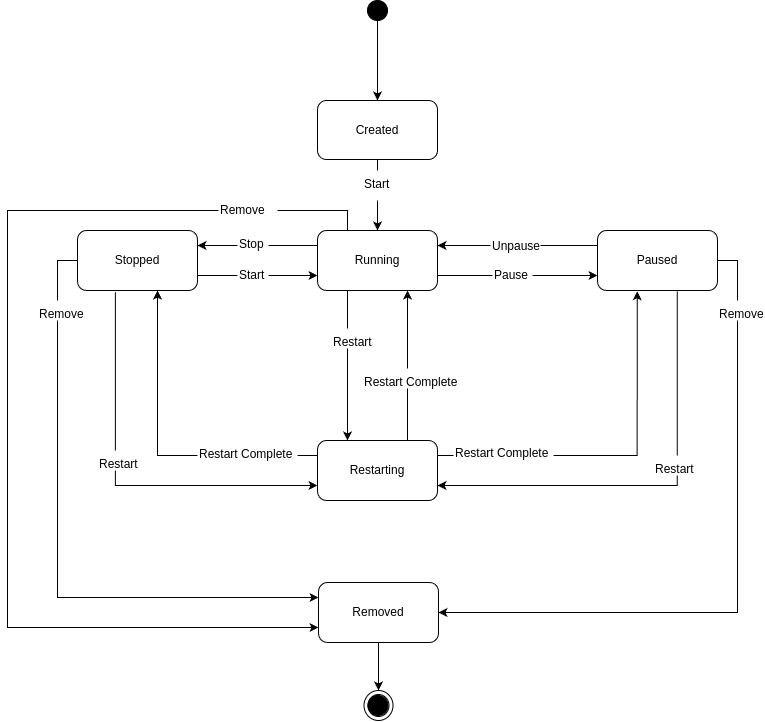
The draw.io diagram public/docker-state-diagram.png in Mirza404/docker-assignment, before a commit. Source tidied: cells renumbered, new cells last; positions are measured from the earlier drawing's top-left corner, leaving out a move shared by most shapes.
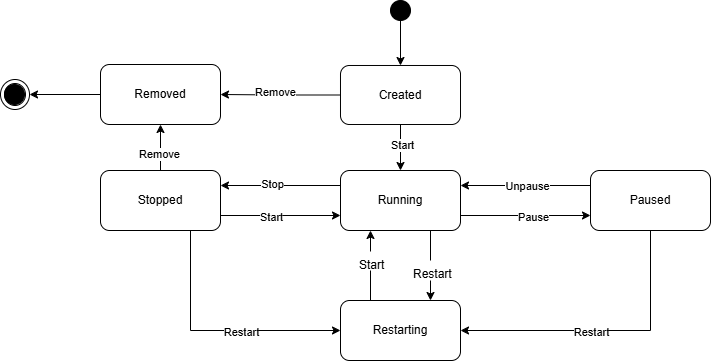
The same file after the commit.

Commit message:
State diagram updated

Diff of the diagram source:
```diff
@@ -2,141 +2,119 @@
   <root>
     <mxCell id="0" />
     <mxCell id="1" parent="0" />
-    <mxCell id="2" style="edgeStyle=orthogonalEdgeStyle;rounded=0;jettySize=auto;html=1;entryX=0.5;entryY=0;entryDx=0;entryDy=0;" parent="1" edge="1" source="3" target="5">
-      <mxGeometry relative="1" as="geometry" />
-    </mxCell>
-    <mxCell id="3" style="ellipse;whiteSpace=wrap;html=1;fillColor=#000000;" parent="1" vertex="1">
-      <mxGeometry x="360" width="20" height="20" as="geometry" />
-    </mxCell>
+    <mxCell id="41" style="edgeStyle=orthogonalEdgeStyle;rounded=0;jettySize=auto;html=1;entryX=0.5;entryY=0;entryDx=0;entryDy=0;" parent="1" edge="1" source="42" target="5">
+      <mxGeometry relative="1" as="geometry" />
+    </mxCell>
+    <mxCell id="42" style="ellipse;whiteSpace=wrap;html=1;fillColor=#000000;" parent="1" vertex="1">
+      <mxGeometry x="360" y="170" width="20" height="20" as="geometry" />
+    </mxCell>
-    <mxCell id="4" style="edgeStyle=orthogonalEdgeStyle;rounded=0;jettySize=auto;html=1;exitX=0.5;exitY=1;exitDx=0;exitDy=0;" parent="1" edge="1" source="5" target="9">
+    <mxCell id="4" style="edgeStyle=orthogonalEdgeStyle;rounded=0;jettySize=auto;html=1;exitX=0.5;exitY=1;exitDx=0;exitDy=0;entryX=0.5;entryY=0;entryDx=0;entryDy=0;" parent="1" edge="1" source="5" target="9">
       <mxGeometry relative="1" as="geometry" />
     </mxCell>
+    <mxCell id="43" value="Start" style="edgeLabel;html=1;align=center;verticalAlign=middle;" parent="4" vertex="1">
+      <mxGeometry x="-0.13" y="1" relative="1" as="geometry" />
+    </mxCell>
+    <mxCell id="44" style="edgeStyle=orthogonalEdgeStyle;rounded=0;jettySize=auto;html=1;entryX=1;entryY=0.5;entryDx=0;entryDy=0;" parent="1" edge="1" source="5" target="32">
+      <mxGeometry relative="1" as="geometry" />
+    </mxCell>
+    <mxCell id="45" value="Remove" style="edgeLabel;html=1;align=center;verticalAlign=middle;" parent="44" vertex="1">
+      <mxGeometry x="0.09" y="-3" relative="1" as="geometry" />
+    </mxCell>
     <mxCell id="5" value="Created" style="rounded=1;whiteSpace=wrap;html=1;" parent="1" vertex="1">
-      <mxGeometry x="310" y="100" width="120" height="59" as="geometry" />
+      <mxGeometry x="310" y="235" width="120" height="59" as="geometry" />
     </mxCell>
     <mxCell id="6" style="edgeStyle=orthogonalEdgeStyle;rounded=0;jettySize=auto;html=1;exitX=1;exitY=0.75;exitDx=0;exitDy=0;entryX=0;entryY=0.75;entryDx=0;entryDy=0;" parent="1" edge="1" source="9" target="13">
       <mxGeometry relative="1" as="geometry" />
     </mxCell>
-    <mxCell id="7" style="edgeStyle=orthogonalEdgeStyle;rounded=0;orthogonalLoop=1;jettySize=auto;html=1;entryX=0.25;entryY=0;entryDx=0;entryDy=0;exitX=0.25;exitY=1;exitDx=0;exitDy=0;" parent="1" edge="1">
-      <mxGeometry relative="1" as="geometry">
-        <mxPoint x="340" y="290" as="sourcePoint" />
-        <mxPoint x="340" y="440" as="targetPoint" />
-      </mxGeometry>
-    </mxCell>
-    <mxCell id="8" style="edgeStyle=orthogonalEdgeStyle;rounded=0;jettySize=auto;html=1;exitX=0.25;exitY=0;exitDx=0;exitDy=0;entryX=0;entryY=0.75;entryDx=0;entryDy=0;" parent="1" edge="1" source="9" target="32">
-      <mxGeometry relative="1" as="geometry">
-        <Array as="points">
-          <mxPoint x="340" y="210" />
-          <mxPoint y="210" />
-          <mxPoint y="627" />
-        </Array>
-      </mxGeometry>
-    </mxCell>
+    <mxCell id="15" value="Pause" style="edgeLabel;html=1;align=center;verticalAlign=middle;" parent="6" vertex="1">
+      <mxGeometry x="0.11" y="-1" relative="1" as="geometry" />
+    </mxCell>
+    <mxCell id="46" style="edgeStyle=orthogonalEdgeStyle;rounded=0;jettySize=auto;html=1;entryX=0.75;entryY=0;entryDx=0;entryDy=0;exitX=0.75;exitY=1;exitDx=0;exitDy=0;" parent="1" edge="1" source="9" target="25">
+      <mxGeometry relative="1" as="geometry">
+        <Array as="points">
+          <mxPoint x="400" y="470" />
+          <mxPoint x="400" y="470" />
+        </Array>
+      </mxGeometry>
+    </mxCell>
     <mxCell id="9" value="Running" style="rounded=1;whiteSpace=wrap;html=1;" parent="1" vertex="1">
-      <mxGeometry x="310" y="230" width="120" height="60" as="geometry" />
+      <mxGeometry x="310" y="340" width="120" height="60" as="geometry" />
     </mxCell>
     <mxCell id="10" style="edgeStyle=orthogonalEdgeStyle;rounded=0;jettySize=auto;html=1;exitX=0;exitY=0.25;exitDx=0;exitDy=0;entryX=1;entryY=0.25;entryDx=0;entryDy=0;" parent="1" edge="1" source="13" target="9">
       <mxGeometry relative="1" as="geometry" />
     </mxCell>
+    <mxCell id="16" value="Unpause" style="edgeLabel;html=1;align=center;verticalAlign=middle;" parent="10" vertex="1">
+      <mxGeometry x="0.13" relative="1" as="geometry">
+        <mxPoint x="10" as="offset" />
+      </mxGeometry>
+    </mxCell>
-    <mxCell id="11" style="edgeStyle=orthogonalEdgeStyle;rounded=0;jettySize=auto;html=1;entryX=1;entryY=0.75;entryDx=0;entryDy=0;exitX=0.665;exitY=1.015;exitDx=0;exitDy=0;exitPerimeter=0;" parent="1" edge="1" source="13" target="25">
+    <mxCell id="11" style="edgeStyle=orthogonalEdgeStyle;rounded=0;jettySize=auto;html=1;entryX=1;entryY=0.5;entryDx=0;entryDy=0;exitX=0.5;exitY=1;exitDx=0;exitDy=0;" parent="1" edge="1" source="13" target="25">
       <mxGeometry relative="1" as="geometry" />
     </mxCell>
-    <mxCell id="12" style="edgeStyle=orthogonalEdgeStyle;rounded=0;jettySize=auto;html=1;entryX=1;entryY=0.5;entryDx=0;entryDy=0;exitX=1;exitY=0.5;exitDx=0;exitDy=0;" parent="1" edge="1" source="13" target="32">
-      <mxGeometry relative="1" as="geometry" />
-    </mxCell>
+    <mxCell id="47" value="Restart" style="edgeLabel;html=1;align=center;verticalAlign=middle;" parent="11" vertex="1">
+      <mxGeometry x="0.1" y="1" relative="1" as="geometry" />
+    </mxCell>
     <mxCell id="13" value="Paused" style="rounded=1;whiteSpace=wrap;html=1;" parent="1" vertex="1">
-      <mxGeometry x="590" y="230" width="120" height="60" as="geometry" />
+      <mxGeometry x="560" y="340" width="120" height="60" as="geometry" />
     </mxCell>
-    <mxCell id="14" value="Start" style="text;whiteSpace=wrap;fillColor=#FFFFFF;" parent="1" vertex="1">
-      <mxGeometry x="355" y="170" width="30" height="30" as="geometry" />
-    </mxCell>
-    <mxCell id="15" value="Pause" style="text;whiteSpace=wrap;fillColor=#FFFFFF;" parent="1" vertex="1">
-      <mxGeometry x="485" y="261" width="40" height="30" as="geometry" />
-    </mxCell>
-    <mxCell id="16" value="Unpause" style="text;whiteSpace=wrap;fillColor=#FFFFFF;" parent="1" vertex="1">
-      <mxGeometry x="483" y="232" width="50" height="30" as="geometry" />
-    </mxCell>
-    <mxCell id="17" style="edgeStyle=orthogonalEdgeStyle;rounded=0;jettySize=auto;html=1;entryX=0;entryY=0.75;entryDx=0;entryDy=0;exitX=0.316;exitY=1.03;exitDx=0;exitDy=0;exitPerimeter=0;" parent="1" edge="1" source="19" target="25">
+    <mxCell id="17" style="edgeStyle=orthogonalEdgeStyle;rounded=0;jettySize=auto;html=1;entryX=0;entryY=0.5;entryDx=0;entryDy=0;exitX=0.75;exitY=1;exitDx=0;exitDy=0;" parent="1" edge="1" source="19" target="25">
       <mxGeometry relative="1" as="geometry">
         <Array as="points">
-          <mxPoint x="108" y="485" />
+          <mxPoint x="160" y="500" />
         </Array>
       </mxGeometry>
     </mxCell>
+    <mxCell id="48" value="Restart" style="edgeLabel;html=1;align=center;verticalAlign=middle;" parent="17" vertex="1">
+      <mxGeometry x="0.2" y="-4" relative="1" as="geometry">
+        <mxPoint y="-3" as="offset" />
+      </mxGeometry>
+    </mxCell>
-    <mxCell id="18" style="edgeStyle=orthogonalEdgeStyle;rounded=0;jettySize=auto;html=1;entryX=0;entryY=0.25;entryDx=0;entryDy=0;exitX=0;exitY=0.5;exitDx=0;exitDy=0;" parent="1" edge="1" source="19" target="32">
+    <mxCell id="18" style="edgeStyle=orthogonalEdgeStyle;rounded=0;jettySize=auto;html=1;entryX=0.5;entryY=1;entryDx=0;entryDy=0;" parent="1" edge="1" source="19" target="32">
       <mxGeometry relative="1" as="geometry" />
     </mxCell>
+    <mxCell id="49" value="Remove" style="edgeLabel;html=1;align=center;verticalAlign=middle;" parent="18" vertex="1">
+      <mxGeometry x="-0.24" y="2" relative="1" as="geometry" />
+    </mxCell>
     <mxCell id="19" value="Stopped" style="rounded=1;whiteSpace=wrap;html=1;" parent="1" vertex="1">
-      <mxGeometry x="70" y="230" width="120" height="60" as="geometry" />
+      <mxGeometry x="70" y="340" width="120" height="60" as="geometry" />
     </mxCell>
     <mxCell id="20" style="edgeStyle=orthogonalEdgeStyle;rounded=0;jettySize=auto;html=1;entryX=1;entryY=0.25;entryDx=0;entryDy=0;exitX=0;exitY=0.25;exitDx=0;exitDy=0;" parent="1" edge="1" source="9" target="19">
       <mxGeometry relative="1" as="geometry" />
     </mxCell>
+    <mxCell id="23" value="Stop" style="edgeLabel;html=1;align=center;verticalAlign=middle;" parent="20" vertex="1">
+      <mxGeometry x="0.15" y="-2" relative="1" as="geometry" />
+    </mxCell>
     <mxCell id="21" style="edgeStyle=orthogonalEdgeStyle;rounded=0;jettySize=auto;html=1;entryX=0;entryY=0.75;entryDx=0;entryDy=0;exitX=1;exitY=0.75;exitDx=0;exitDy=0;" parent="1" edge="1" source="19" target="9">
       <mxGeometry relative="1" as="geometry" />
     </mxCell>
-    <mxCell id="22" value="Start" style="text;whiteSpace=wrap;fillColor=#FFFFFF;" parent="1" vertex="1">
-      <mxGeometry x="230" y="261" width="31" height="20" as="geometry" />
-    </mxCell>
-    <mxCell id="23" value="Stop" style="text;whiteSpace=wrap;fillColor=#FFFFFF;" parent="1" vertex="1">
-      <mxGeometry x="230" y="230" width="31" height="20" as="geometry" />
-    </mxCell>
-    <mxCell id="24" style="edgeStyle=orthogonalEdgeStyle;rounded=0;jettySize=auto;html=1;exitX=0;exitY=0.25;exitDx=0;exitDy=0;" parent="1" edge="1" source="25">
-      <mxGeometry relative="1" as="geometry">
-        <mxPoint x="150" y="290" as="targetPoint" />
-        <Array as="points">
-          <mxPoint x="150" y="455" />
-          <mxPoint x="150" y="290" />
-        </Array>
-      </mxGeometry>
-    </mxCell>
+    <mxCell id="50" value="Start" style="edgeLabel;html=1;align=center;verticalAlign=middle;" parent="21" vertex="1">
+      <mxGeometry x="-0.08" y="-4" relative="1" as="geometry">
+        <mxPoint x="-5" y="-3" as="offset" />
+      </mxGeometry>
+    </mxCell>
+    <mxCell id="26" style="edgeStyle=orthogonalEdgeStyle;rounded=0;jettySize=auto;html=1;entryX=0.25;entryY=1;entryDx=0;entryDy=0;exitX=0.25;exitY=0;exitDx=0;exitDy=0;" parent="1" edge="1" source="25" target="9">
+      <mxGeometry relative="1" as="geometry" />
+    </mxCell>
     <mxCell id="25" value="Restarting" style="rounded=1;whiteSpace=wrap;html=1;" parent="1" vertex="1">
-      <mxGeometry x="310" y="440" width="120" height="60" as="geometry" />
+      <mxGeometry x="310" y="470" width="120" height="60" as="geometry" />
     </mxCell>
-    <mxCell id="26" style="edgeStyle=orthogonalEdgeStyle;rounded=0;jettySize=auto;html=1;entryX=0.75;entryY=1;entryDx=0;entryDy=0;exitX=0.75;exitY=0;exitDx=0;exitDy=0;" parent="1" edge="1" source="25" target="9">
-      <mxGeometry relative="1" as="geometry" />
-    </mxCell>
-    <mxCell id="27" value="Restart" style="text;whiteSpace=wrap;fillColor=#FFFFFF;" parent="1" vertex="1">
-      <mxGeometry x="324" y="328" width="40" height="20" as="geometry" />
-    </mxCell>
-    <mxCell id="28" value="Restart" style="text;whiteSpace=wrap;fillColor=#FFFFFF;" parent="1" vertex="1">
-      <mxGeometry x="90" y="450" width="40" height="20" as="geometry" />
-    </mxCell>
-    <mxCell id="29" style="edgeStyle=orthogonalEdgeStyle;rounded=0;jettySize=auto;html=1;entryX=0.331;entryY=1.013;entryDx=0;entryDy=0;exitX=1;exitY=0.25;exitDx=0;exitDy=0;entryPerimeter=0;" parent="1" edge="1" source="25" target="13">
-      <mxGeometry relative="1" as="geometry" />
-    </mxCell>
-    <mxCell id="30" value="Restart" style="text;whiteSpace=wrap;fillColor=#FFFFFF;" parent="1" vertex="1">
-      <mxGeometry x="646" y="455" width="40" height="20" as="geometry" />
-    </mxCell>
-    <mxCell id="31" style="edgeStyle=orthogonalEdgeStyle;rounded=0;jettySize=auto;html=1;entryX=0.5;entryY=0;entryDx=0;entryDy=0;" parent="1" edge="1" source="32" target="36">
-      <mxGeometry relative="1" as="geometry" />
-    </mxCell>
+    <mxCell id="51" style="ellipse;shape=doubleEllipse;whiteSpace=wrap;html=1;" parent="1" vertex="1">
+      <mxGeometry x="-30" y="249" width="29" height="30" as="geometry" />
+    </mxCell>
+    <mxCell id="52" style="ellipse;whiteSpace=wrap;html=1;fillColor=#000000;" parent="1" vertex="1">
+      <mxGeometry x="-26" y="254" width="20" height="20" as="geometry" />
+    </mxCell>
+    <mxCell id="53" value="Start" style="text;whiteSpace=wrap;fillColor=#FFFFFF;" parent="1" vertex="1">
+      <mxGeometry x="327" y="421" width="28" height="19" as="geometry" />
+    </mxCell>
+    <mxCell id="54" value="Restart" style="text;whiteSpace=wrap;fillColor=#FFFFFF;" parent="1" vertex="1">
+      <mxGeometry x="381" y="430" width="41" height="20" as="geometry" />
+    </mxCell>
+    <mxCell id="55" style="edgeStyle=orthogonalEdgeStyle;rounded=0;jettySize=auto;html=1;entryX=1;entryY=0.5;entryDx=0;entryDy=0;" parent="1" edge="1" source="32" target="51">
+      <mxGeometry relative="1" as="geometry" />
+    </mxCell>
     <mxCell id="32" value="Removed" style="rounded=1;whiteSpace=wrap;html=1;" parent="1" vertex="1">
-      <mxGeometry x="311" y="582" width="120" height="60" as="geometry" />
+      <mxGeometry x="70" y="234" width="120" height="60" as="geometry" />
     </mxCell>
-    <mxCell id="33" value="Remove" style="text;whiteSpace=wrap;fillColor=#FFFFFF;" parent="1" vertex="1">
-      <mxGeometry x="30" y="300" width="40" height="20" as="geometry" />
-    </mxCell>
-    <mxCell id="34" value="Remove" style="text;whiteSpace=wrap;fillColor=#FFFFFF;" parent="1" vertex="1">
-      <mxGeometry x="710" y="300" width="40" height="20" as="geometry" />
-    </mxCell>
-    <mxCell id="35" value="Remove" style="text;whiteSpace=wrap;fillColor=#FFFFFF;" parent="1" vertex="1">
-      <mxGeometry x="211" y="196" width="59" height="20" as="geometry" />
-    </mxCell>
-    <mxCell id="36" style="ellipse;shape=doubleEllipse;whiteSpace=wrap;html=1;" parent="1" vertex="1">
-      <mxGeometry x="356.5" y="690" width="29" height="30" as="geometry" />
-    </mxCell>
-    <mxCell id="37" style="ellipse;whiteSpace=wrap;html=1;fillColor=#000000;" parent="1" vertex="1">
-      <mxGeometry x="360.5" y="695" width="20" height="20" as="geometry" />
-    </mxCell>
-    <mxCell id="38" value="Restart Complete" style="text;whiteSpace=wrap;fillColor=#FFFFFF;" parent="1" vertex="1">
-      <mxGeometry x="190" y="440" width="100" height="20" as="geometry" />
-    </mxCell>
-    <mxCell id="39" value="Restart Complete" style="text;whiteSpace=wrap;fillColor=#FFFFFF;" parent="1" vertex="1">
-      <mxGeometry x="355" y="368" width="100" height="20" as="geometry" />
-    </mxCell>
-    <mxCell id="40" value="Restart Complete" style="text;whiteSpace=wrap;fillColor=#FFFFFF;" parent="1" vertex="1">
-      <mxGeometry x="446" y="439" width="100" height="20" as="geometry" />
-    </mxCell>
   </root>
 </mxGraphModel>
```
